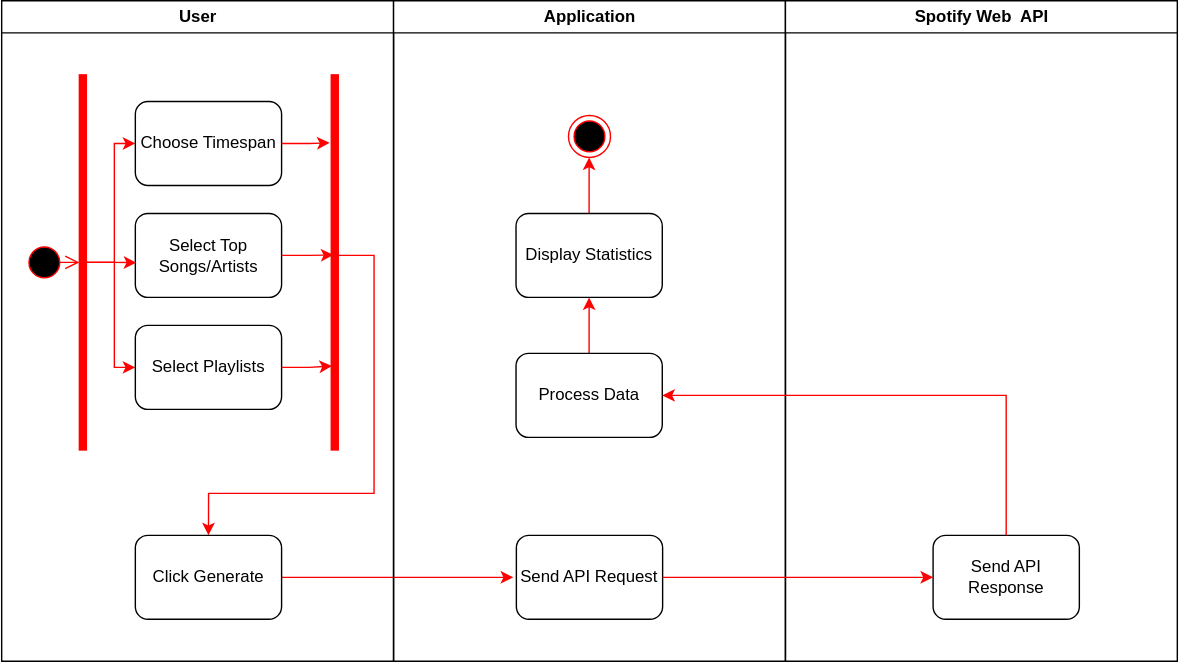
Above: Documentation/diagrams/Generate_Activity_Diagram.svg in SE-TINF22B6/Statify (draw.io), before the change. Source tidied: cells renumbered, new cells last; positions are measured from the earlier drawing's top-left corner, leaving out a move shared by most shapes.
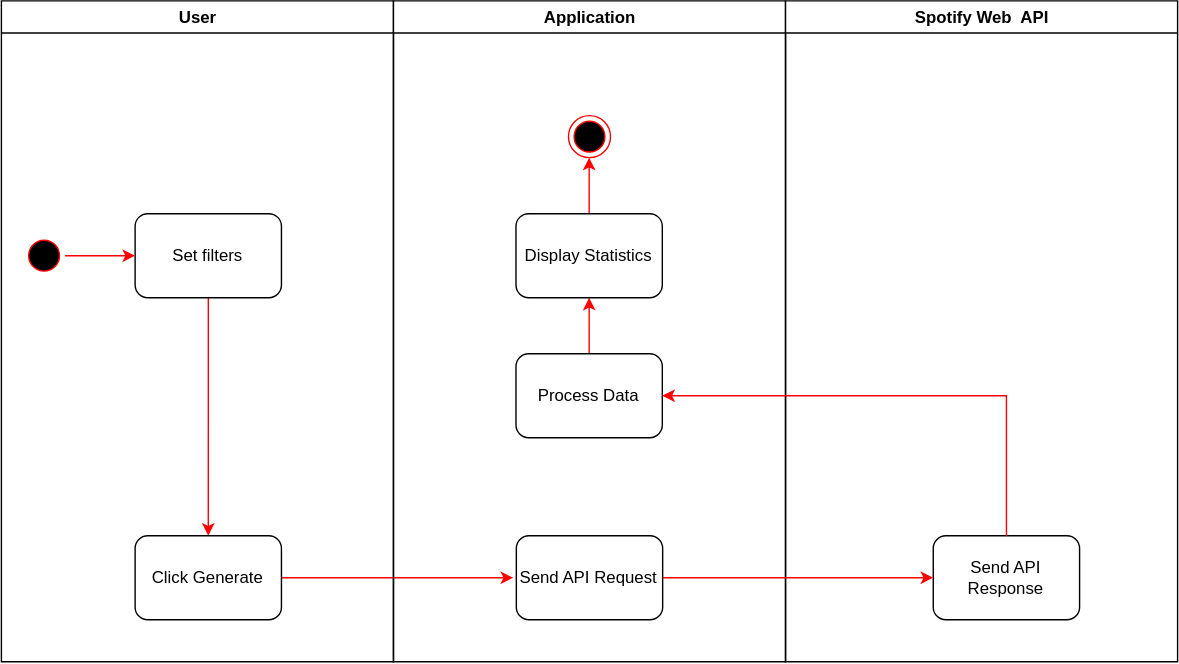
After the change.

Commit message:
updated the activity diagrams

Change to the diagram source:
```diff
@@ -5,48 +5,17 @@
     <mxCell id="2" value="User" style="swimlane;whiteSpace=wrap;" parent="1" vertex="1">
       <mxGeometry x="0.5" width="280" height="472" as="geometry" />
     </mxCell>
-    <mxCell id="3" style="edgeStyle=orthogonalEdgeStyle;rounded=0;jettySize=auto;html=1;strokeColor=#ff0000;" parent="2" edge="1" source="5" target="6">
-      <mxGeometry relative="1" as="geometry" />
-    </mxCell>
-    <mxCell id="4" style="edgeStyle=orthogonalEdgeStyle;rounded=0;jettySize=auto;html=1;strokeColor=#ff0000;" parent="2" edge="1" source="5" target="8">
-      <mxGeometry relative="1" as="geometry" />
+    <mxCell id="4" style="edgeStyle=orthogonalEdgeStyle;rounded=0;jettySize=auto;html=1;strokeColor=#ff0000;" parent="2" edge="1" target="x">
+      <mxGeometry relative="1" as="geometry">
+        <mxPoint x="60.5" y="187" as="sourcePoint" />
+      </mxGeometry>
     </mxCell>
-    <mxCell id="5" style="whiteSpace=wrap;strokeColor=#FF0000;fillColor=#FF0000;" parent="2" vertex="1">
-      <mxGeometry x="55.5" y="53" width="5" height="268" as="geometry" />
-    </mxCell>
-    <mxCell id="6" value="Choose Timespan" style="rounded=1;whiteSpace=wrap;html=1;" parent="2" vertex="1">
-      <mxGeometry x="95.5" y="72" width="104.5" height="60" as="geometry" />
-    </mxCell>
+    <mxCell id="30" style="edgeStyle=orthogonalEdgeStyle;rounded=0;jettySize=auto;html=1;entryX=0.5;entryY=0;entryDx=0;entryDy=0;strokeColor=#ff0000;" parent="2" edge="1" source="7" target="16">
+      <mxGeometry relative="1" as="geometry" />
+    </mxCell>
-    <mxCell id="7" value="Select Top Songs/Artists" style="rounded=1;whiteSpace=wrap;html=1;" parent="2" vertex="1">
+    <mxCell id="7" value="Set filters" style="rounded=1;whiteSpace=wrap;html=1;" parent="2" vertex="1">
       <mxGeometry x="95.5" y="152" width="104.5" height="60" as="geometry" />
     </mxCell>
-    <mxCell id="8" value="Select Playlists" style="rounded=1;whiteSpace=wrap;html=1;" parent="2" vertex="1">
-      <mxGeometry x="95.5" y="232" width="104.5" height="60" as="geometry" />
-    </mxCell>
-    <mxCell id="9" style="edgeStyle=orthogonalEdgeStyle;rounded=0;jettySize=auto;html=1;entryX=0.007;entryY=0.586;entryDx=0;entryDy=0;entryPerimeter=0;strokeColor=#ff0000;" parent="2" edge="1" source="5" target="7">
-      <mxGeometry relative="1" as="geometry" />
-    </mxCell>
-    <mxCell id="10" style="edgeStyle=orthogonalEdgeStyle;rounded=0;jettySize=auto;html=1;entryX=0.5;entryY=0;entryDx=0;entryDy=0;strokeColor=#ff0000;" parent="2" edge="1" source="11" target="16">
-      <mxGeometry relative="1" as="geometry">
-        <Array as="points">
-          <mxPoint x="266" y="182" />
-          <mxPoint x="266" y="352" />
-          <mxPoint x="148" y="352" />
-        </Array>
-      </mxGeometry>
-    </mxCell>
-    <mxCell id="11" style="whiteSpace=wrap;strokeColor=#FF0000;fillColor=#FF0000;" parent="2" vertex="1">
-      <mxGeometry x="235.5" y="53" width="5" height="268" as="geometry" />
-    </mxCell>
-    <mxCell id="12" style="edgeStyle=orthogonalEdgeStyle;rounded=0;jettySize=auto;html=1;entryX=-0.234;entryY=0.181;entryDx=0;entryDy=0;entryPerimeter=0;strokeColor=#ff0000;" parent="2" edge="1" source="6" target="11">
-      <mxGeometry relative="1" as="geometry" />
-    </mxCell>
-    <mxCell id="13" style="edgeStyle=orthogonalEdgeStyle;rounded=0;jettySize=auto;html=1;entryX=0.317;entryY=0.48;entryDx=0;entryDy=0;entryPerimeter=0;strokeColor=#ff0000;" parent="2" edge="1" source="7" target="11">
-      <mxGeometry relative="1" as="geometry" />
-    </mxCell>
-    <mxCell id="14" style="edgeStyle=orthogonalEdgeStyle;rounded=0;jettySize=auto;html=1;entryX=0.097;entryY=0.776;entryDx=0;entryDy=0;entryPerimeter=0;strokeColor=#ff0000;" parent="2" edge="1" source="8" target="11">
-      <mxGeometry relative="1" as="geometry" />
-    </mxCell>
     <mxCell id="15" style="edgeStyle=orthogonalEdgeStyle;rounded=0;jettySize=auto;html=1;strokeColor=#ff0000;" parent="2" edge="1" source="16">
       <mxGeometry relative="1" as="geometry">
         <mxPoint x="365.5" y="412" as="targetPoint" />
@@ -55,15 +24,15 @@
     <mxCell id="16" value="Click Generate" style="rounded=1;whiteSpace=wrap;html=1;" parent="2" vertex="1">
       <mxGeometry x="95.5" y="382" width="104.5" height="60" as="geometry" />
     </mxCell>
+    <mxCell id="27" style="ellipse;shape=startState;fillColor=#000000;strokeColor=#ff0000;" parent="2" vertex="1">
+      <mxGeometry x="15.5" y="167" width="30" height="30" as="geometry" />
+    </mxCell>
+    <mxCell id="31" style="edgeStyle=orthogonalEdgeStyle;rounded=0;jettySize=auto;html=1;entryX=0;entryY=0.5;entryDx=0;entryDy=0;strokeColor=#ff0000;" parent="2" edge="1" source="27" target="7">
+      <mxGeometry relative="1" as="geometry" />
+    </mxCell>
     <mxCell id="17" value="Application" style="swimlane;whiteSpace=wrap;" parent="1" vertex="1">
       <mxGeometry x="280.5" width="280" height="472" as="geometry" />
     </mxCell>
-    <mxCell id="18" style="edgeStyle=elbowEdgeStyle;elbow=horizontal;verticalAlign=bottom;endArrow=open;endSize=8;strokeColor=#FF0000;endFill=1;rounded=0;exitX=1;exitY=0.5;exitDx=0;exitDy=0;" parent="17" edge="1">
-      <mxGeometry x="40" y="20" as="geometry">
-        <mxPoint x="-254.5" y="187" as="sourcePoint" />
-        <mxPoint x="-224.5" y="187" as="targetPoint" />
-      </mxGeometry>
-    </mxCell>
     <mxCell id="19" value="Send API Request" style="rounded=1;whiteSpace=wrap;html=1;" parent="17" vertex="1">
       <mxGeometry x="87.8" y="382" width="104.5" height="60" as="geometry" />
     </mxCell>
@@ -90,9 +59,6 @@
     <mxCell id="26" value="Send API Response" style="rounded=1;whiteSpace=wrap;html=1;" parent="25" vertex="1">
       <mxGeometry x="105.5" y="382" width="104.5" height="60" as="geometry" />
     </mxCell>
-    <mxCell id="27" style="ellipse;shape=startState;fillColor=#000000;strokeColor=#ff0000;" parent="1" vertex="1">
-      <mxGeometry x="16" y="172" width="30" height="30" as="geometry" />
-    </mxCell>
     <mxCell id="28" style="edgeStyle=orthogonalEdgeStyle;rounded=0;jettySize=auto;html=1;entryX=0;entryY=0.5;entryDx=0;entryDy=0;strokeColor=#ff0000;" parent="1" edge="1" source="19" target="26">
       <mxGeometry relative="1" as="geometry" />
     </mxCell>
```
